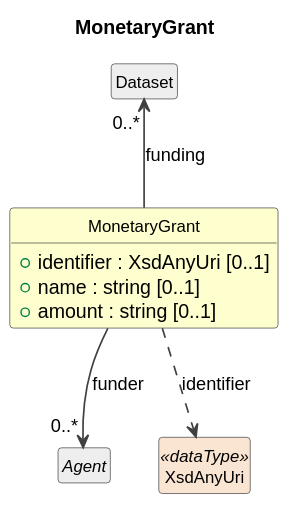
Cross-Domain-Interoperability-Framework/metadataBuildingBlocks keeps this PlantUML diagram as build/field-level-documentation/CDIFCore/Classes/MonetaryGrant.svg. Above is the earlier version. Source of this version:
```plantuml
@startuml
title MonetaryGrant
hide circle
hide empty members
skinparam shadowing false
skinparam ArrowThickness 1.2
skinparam class {
  ArrowColor #404040
  BorderColor #404040
  FontSize 12
}

class "MonetaryGrant" as MonetaryGrant #FEFECE {
  +identifier : XsdAnyUri [0..1]
  +name : string [0..1]
  +amount : string [0..1]
}
class "Dataset" as Dataset #EEEEEE
Dataset "0..*" <-- MonetaryGrant : funding
abstract class "Agent" as Agent #EEEEEE
MonetaryGrant --> "0..*" Agent : funder
class "XsdAnyUri" as XsdAnyUri <<dataType>> #FAE5D3
MonetaryGrant ..> XsdAnyUri : identifier
@enduml
```
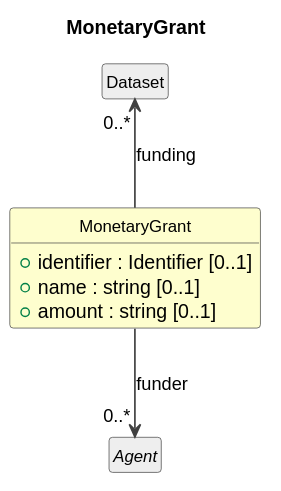
The same file after the commit.

Change to the diagram source:
```diff
@@ -11,7 +11,7 @@
 }
 
 class "MonetaryGrant" as MonetaryGrant #FEFECE {
-  +identifier : XsdAnyUri [0..1]
+  +identifier : Identifier [0..1]
   +name : string [0..1]
   +amount : string [0..1]
 }
@@ -19,6 +19,4 @@
 Dataset "0..*" <-- MonetaryGrant : funding
 abstract class "Agent" as Agent #EEEEEE
 MonetaryGrant --> "0..*" Agent : funder
-class "XsdAnyUri" as XsdAnyUri <<dataType>> #FAE5D3
-MonetaryGrant ..> XsdAnyUri : identifier
 @enduml
```
